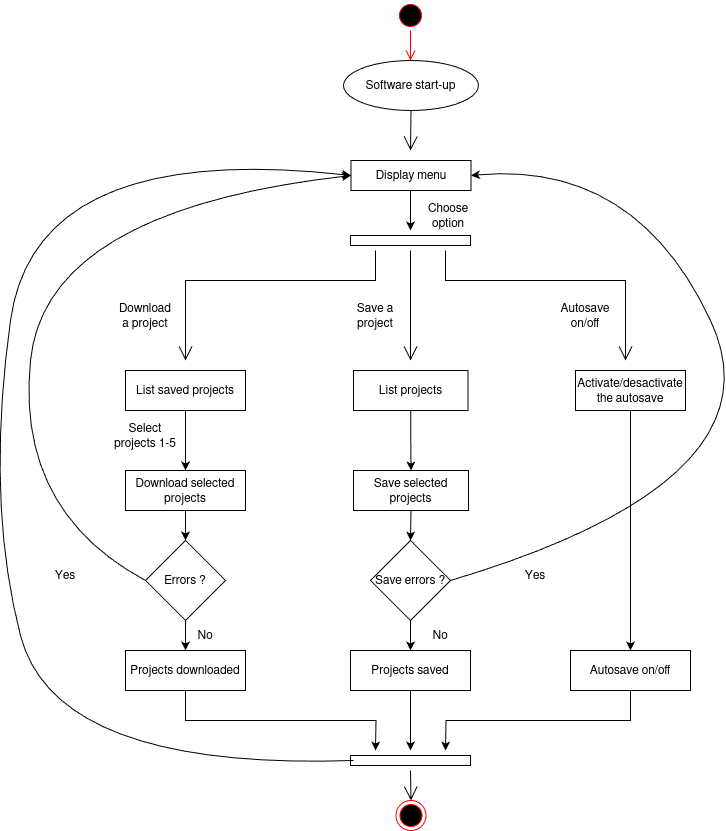
Earlier version of the draw.io export ressources/activity_diagram.png (saadaouis/Projet_GL). Source tidied: cells renumbered, new cells last; positions are measured from the earlier drawing's top-left corner, leaving out a move shared by most shapes.
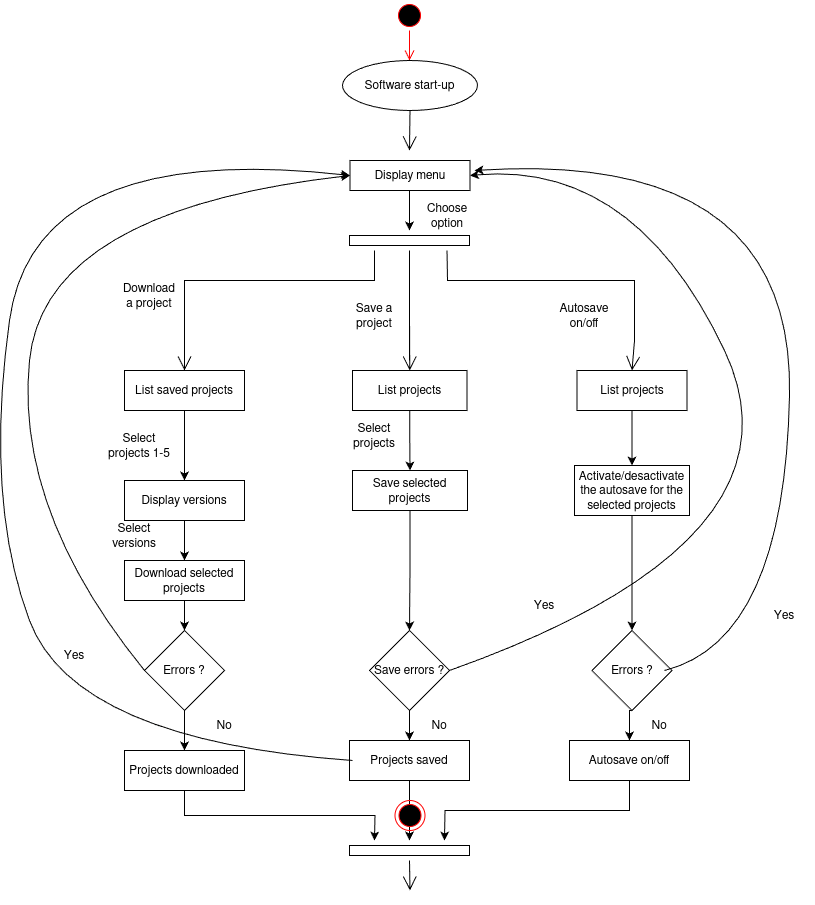
After the commit.

The edit, as a diff of the source:
```diff
@@ -21,30 +21,19 @@
     <mxCell id="6" style="html=1;perimeter=orthogonalPerimeter;targetShapes=umlLifeline;newEdgeStyle={&quot;curved&quot;:0,&quot;rounded&quot;:0};rotation=90;" parent="1" vertex="1">
       <mxGeometry x="420" y="180" width="10" height="120" as="geometry" />
     </mxCell>
-    <mxCell id="7" style="endArrow=open;endFill=1;endSize=12;html=1;rounded=0;" parent="1" edge="1">
-      <mxGeometry relative="1" as="geometry">
-        <mxPoint x="460" y="250" as="sourcePoint" />
-        <mxPoint x="640" y="360" as="targetPoint" />
-        <Array as="points">
-          <mxPoint x="460" y="280" />
-          <mxPoint x="640" y="280" />
-        </Array>
-      </mxGeometry>
-    </mxCell>
-    <mxCell id="8" style="endArrow=open;endFill=1;endSize=12;html=1;rounded=0;" parent="1" edge="1">
+    <mxCell id="8" style="endArrow=open;endFill=1;endSize=12;html=1;rounded=0;entryX=0.5;entryY=0;entryDx=0;entryDy=0;" parent="1" edge="1" target="19">
       <mxGeometry relative="1" as="geometry">
         <mxPoint x="425" y="250" as="sourcePoint" />
-        <mxPoint x="425" y="360" as="targetPoint" />
         <Array as="points">
           <mxPoint x="425" y="320" />
           <mxPoint x="425" y="360" />
+          <mxPoint x="425" y="310" />
         </Array>
       </mxGeometry>
     </mxCell>
-    <mxCell id="9" style="endArrow=open;endFill=1;endSize=12;html=1;rounded=0;" parent="1" edge="1">
+    <mxCell id="9" style="endArrow=open;endFill=1;endSize=12;html=1;rounded=0;entryX=0.5;entryY=0;entryDx=0;entryDy=0;" parent="1" edge="1" target="15">
       <mxGeometry relative="1" as="geometry">
         <mxPoint x="390" y="250" as="sourcePoint" />
-        <mxPoint x="200" y="360" as="targetPoint" />
         <Array as="points">
           <mxPoint x="390" y="280" />
           <mxPoint x="200" y="280" />
@@ -55,7 +44,7 @@
       <mxGeometry x="433" y="200" width="60" height="30" as="geometry" />
     </mxCell>
     <mxCell id="11" value="Download a project" style="text;html=1;align=center;verticalAlign=middle;whiteSpace=wrap;rounded=0;" parent="1" vertex="1">
-      <mxGeometry x="130" y="300" width="60" height="30" as="geometry" />
+      <mxGeometry x="135" y="280" width="60" height="30" as="geometry" />
     </mxCell>
     <mxCell id="12" value="Save a project" style="text;html=1;align=center;verticalAlign=middle;whiteSpace=wrap;rounded=0;" parent="1" vertex="1">
       <mxGeometry x="360" y="300" width="60" height="30" as="geometry" />
@@ -63,7 +52,7 @@
     <mxCell id="13" value="Autosave on/off" style="text;html=1;align=center;verticalAlign=middle;whiteSpace=wrap;rounded=0;" parent="1" vertex="1">
       <mxGeometry x="570" y="300" width="60" height="30" as="geometry" />
     </mxCell>
-    <mxCell id="14" style="edgeStyle=orthogonalEdgeStyle;rounded=0;jettySize=auto;html=1;exitX=0.5;exitY=1;exitDx=0;exitDy=0;entryX=0.5;entryY=0;entryDx=0;entryDy=0;" parent="1" edge="1" source="15" target="23">
+    <mxCell id="14" style="edgeStyle=orthogonalEdgeStyle;rounded=0;jettySize=auto;html=1;exitX=0.5;exitY=1;exitDx=0;exitDy=0;entryX=0.5;entryY=0;entryDx=0;entryDy=0;" parent="1" edge="1" source="15" target="49">
       <mxGeometry relative="1" as="geometry" />
     </mxCell>
     <mxCell id="15" value="List saved projects" style="rounded=0;whiteSpace=wrap;html=1;" parent="1" vertex="1">
@@ -84,26 +73,26 @@
     <mxCell id="19" value="List projects" style="rounded=0;whiteSpace=wrap;html=1;" parent="1" vertex="1">
       <mxGeometry x="368" y="370" width="114.5" height="40" as="geometry" />
     </mxCell>
-    <mxCell id="20" style="edgeStyle=orthogonalEdgeStyle;rounded=0;jettySize=auto;html=1;exitX=0.5;exitY=1;exitDx=0;exitDy=0;entryX=0.5;entryY=0;entryDx=0;entryDy=0;" parent="1" edge="1" source="21" target="39">
-      <mxGeometry relative="1" as="geometry" />
-    </mxCell>
+    <mxCell id="47" style="edgeStyle=orthogonalEdgeStyle;rounded=0;jettySize=auto;html=1;exitX=0.5;exitY=1;exitDx=0;exitDy=0;entryX=0.5;entryY=0;entryDx=0;entryDy=0;" parent="1" edge="1" source="21" target="55">
+      <mxGeometry relative="1" as="geometry" />
+    </mxCell>
-    <mxCell id="21" value="Activate/desactivate the autosave" style="rounded=0;whiteSpace=wrap;html=1;" parent="1" vertex="1">
-      <mxGeometry x="590" y="370" width="110" height="40" as="geometry" />
+    <mxCell id="21" value="Activate/desactivate the autosave for the selected projects" style="rounded=0;whiteSpace=wrap;html=1;" parent="1" vertex="1">
+      <mxGeometry x="590" y="465" width="115" height="50" as="geometry" />
     </mxCell>
     <mxCell id="22" style="edgeStyle=orthogonalEdgeStyle;rounded=0;jettySize=auto;html=1;exitX=0.5;exitY=1;exitDx=0;exitDy=0;entryX=0.5;entryY=0;entryDx=0;entryDy=0;" parent="1" edge="1" source="23" target="26">
       <mxGeometry relative="1" as="geometry" />
     </mxCell>
     <mxCell id="23" value="Download selected projects" style="rounded=0;whiteSpace=wrap;html=1;" parent="1" vertex="1">
-      <mxGeometry x="140" y="470" width="120" height="40" as="geometry" />
+      <mxGeometry x="140" y="560" width="120" height="40" as="geometry" />
     </mxCell>
     <mxCell id="24" value="Select projects 1-5" style="text;html=1;align=center;verticalAlign=middle;whiteSpace=wrap;rounded=0;" parent="1" vertex="1">
-      <mxGeometry x="125" y="420" width="70" height="30" as="geometry" />
+      <mxGeometry x="120" y="430" width="70" height="30" as="geometry" />
     </mxCell>
     <mxCell id="25" style="edgeStyle=orthogonalEdgeStyle;rounded=0;jettySize=auto;html=1;exitX=0.5;exitY=1;exitDx=0;exitDy=0;entryX=0.5;entryY=0;entryDx=0;entryDy=0;" parent="1" edge="1" source="26" target="30">
       <mxGeometry relative="1" as="geometry" />
     </mxCell>
     <mxCell id="26" value="Errors ?" style="rhombus;whiteSpace=wrap;html=1;" parent="1" vertex="1">
-      <mxGeometry x="160" y="540" width="80" height="80" as="geometry" />
+      <mxGeometry x="160" y="630" width="80" height="80" as="geometry" />
     </mxCell>
     <mxCell id="27" style="curved=1;endArrow=classic;html=1;rounded=0;exitX=0;exitY=0.5;exitDx=0;exitDy=0;entryX=0;entryY=0.5;entryDx=0;entryDy=0;" parent="1" edge="1" source="26" target="16">
       <mxGeometry relative="1" as="geometry">
@@ -114,15 +103,15 @@
       </mxGeometry>
     </mxCell>
     <mxCell id="28" value="Yes" style="text;html=1;align=center;verticalAlign=middle;whiteSpace=wrap;rounded=0;" parent="1" vertex="1">
-      <mxGeometry x="50" y="560" width="60" height="30" as="geometry" />
+      <mxGeometry x="60" y="640" width="60" height="30" as="geometry" />
     </mxCell>
     <mxCell id="29" style="edgeStyle=orthogonalEdgeStyle;rounded=0;jettySize=auto;html=1;exitX=0.5;exitY=1;exitDx=0;exitDy=0;" parent="1" edge="1" source="30">
       <mxGeometry relative="1" as="geometry">
-        <mxPoint x="390" y="750" as="targetPoint" />
+        <mxPoint x="390" y="840" as="targetPoint" />
       </mxGeometry>
     </mxCell>
     <mxCell id="30" value="Projects downloaded" style="rounded=0;whiteSpace=wrap;html=1;" parent="1" vertex="1">
-      <mxGeometry x="140" y="650" width="120" height="40" as="geometry" />
+      <mxGeometry x="140" y="750" width="120" height="40" as="geometry" />
     </mxCell>
     <mxCell id="31" style="edgeStyle=orthogonalEdgeStyle;rounded=0;jettySize=auto;html=1;exitX=0.5;exitY=1;exitDx=0;exitDy=0;entryX=0.5;entryY=0;entryDx=0;entryDy=0;" parent="1" edge="1" source="32" target="34">
       <mxGeometry relative="1" as="geometry" />
@@ -134,41 +123,40 @@
       <mxGeometry relative="1" as="geometry" />
     </mxCell>
     <mxCell id="34" value="Save errors ?" style="rhombus;whiteSpace=wrap;html=1;" parent="1" vertex="1">
-      <mxGeometry x="385" y="540" width="80" height="80" as="geometry" />
+      <mxGeometry x="385" y="630" width="80" height="80" as="geometry" />
     </mxCell>
-    <mxCell id="35" style="curved=1;endArrow=classic;html=1;rounded=0;entryX=1;entryY=0.5;entryDx=0;entryDy=0;" parent="1" edge="1" target="16">
+    <mxCell id="35" style="curved=1;endArrow=classic;html=1;rounded=0;entryX=1;entryY=0.5;entryDx=0;entryDy=0;exitX=1;exitY=0.5;exitDx=0;exitDy=0;" parent="1" edge="1" source="34" target="16">
       <mxGeometry relative="1" as="geometry">
-        <mxPoint x="465" y="580" as="sourcePoint" />
         <Array as="points">
-          <mxPoint x="800" y="480" />
+          <mxPoint x="830" y="540" />
           <mxPoint x="650" y="160" />
         </Array>
       </mxGeometry>
     </mxCell>
     <mxCell id="36" style="edgeStyle=orthogonalEdgeStyle;rounded=0;jettySize=auto;html=1;exitX=0.5;exitY=1;exitDx=0;exitDy=0;" parent="1" edge="1" source="37">
       <mxGeometry relative="1" as="geometry">
-        <mxPoint x="425" y="750" as="targetPoint" />
+        <mxPoint x="425" y="840" as="targetPoint" />
       </mxGeometry>
     </mxCell>
     <mxCell id="37" value="Projects saved" style="rounded=0;whiteSpace=wrap;html=1;" parent="1" vertex="1">
-      <mxGeometry x="365" y="650" width="120" height="40" as="geometry" />
+      <mxGeometry x="365" y="740" width="120" height="40" as="geometry" />
     </mxCell>
     <mxCell id="38" style="edgeStyle=orthogonalEdgeStyle;rounded=0;jettySize=auto;html=1;exitX=0.5;exitY=1;exitDx=0;exitDy=0;" parent="1" edge="1" source="39">
       <mxGeometry relative="1" as="geometry">
-        <mxPoint x="460" y="750" as="targetPoint" />
+        <mxPoint x="460" y="840" as="targetPoint" />
       </mxGeometry>
     </mxCell>
     <mxCell id="39" value="Autosave on/off" style="rounded=0;whiteSpace=wrap;html=1;" parent="1" vertex="1">
-      <mxGeometry x="585" y="650" width="120" height="40" as="geometry" />
+      <mxGeometry x="585" y="740" width="120" height="40" as="geometry" />
     </mxCell>
     <mxCell id="40" style="html=1;perimeter=orthogonalPerimeter;targetShapes=umlLifeline;newEdgeStyle={&quot;curved&quot;:0,&quot;rounded&quot;:0};rotation=90;" parent="1" vertex="1">
-      <mxGeometry x="420" y="700" width="10" height="120" as="geometry" />
+      <mxGeometry x="420" y="790" width="10" height="120" as="geometry" />
     </mxCell>
     <mxCell id="41" style="curved=1;endArrow=classic;html=1;rounded=0;entryX=0;entryY=0.5;entryDx=0;entryDy=0;" parent="1" edge="1" target="16">
       <mxGeometry relative="1" as="geometry">
         <mxPoint x="368" y="760" as="sourcePoint" />
         <Array as="points">
-          <mxPoint x="70" y="770" />
+          <mxPoint x="90" y="740" />
           <mxPoint y="500" />
           <mxPoint x="50" y="140" />
         </Array>
@@ -177,19 +165,71 @@
     <mxCell id="42" style="ellipse;html=1;shape=endState;fillColor=#000000;strokeColor=#ff0000;" parent="1" vertex="1">
       <mxGeometry x="410.5" y="800" width="30" height="30" as="geometry" />
     </mxCell>
-    <mxCell id="43" style="endArrow=open;endFill=1;endSize=12;html=1;rounded=0;entryX=0.5;entryY=0;entryDx=0;entryDy=0;" parent="1" edge="1" target="42">
+    <mxCell id="43" style="endArrow=open;endFill=1;endSize=12;html=1;rounded=0;entryX=0.5;entryY=0;entryDx=0;entryDy=0;" parent="1" edge="1">
       <mxGeometry relative="1" as="geometry">
-        <mxPoint x="425" y="770" as="sourcePoint" />
+        <mxPoint x="425" y="860" as="sourcePoint" />
+        <mxPoint x="425.5" y="890" as="targetPoint" />
       </mxGeometry>
     </mxCell>
     <mxCell id="44" value="No" style="text;html=1;align=center;verticalAlign=middle;whiteSpace=wrap;rounded=0;" parent="1" vertex="1">
-      <mxGeometry x="190" y="620" width="60" height="30" as="geometry" />
+      <mxGeometry x="210" y="710" width="60" height="30" as="geometry" />
     </mxCell>
     <mxCell id="45" value="Yes" style="text;html=1;align=center;verticalAlign=middle;whiteSpace=wrap;rounded=0;" parent="1" vertex="1">
-      <mxGeometry x="520" y="560" width="60" height="30" as="geometry" />
+      <mxGeometry x="530" y="590" width="60" height="30" as="geometry" />
     </mxCell>
     <mxCell id="46" value="No" style="text;html=1;align=center;verticalAlign=middle;whiteSpace=wrap;rounded=0;" parent="1" vertex="1">
-      <mxGeometry x="425" y="620" width="60" height="30" as="geometry" />
+      <mxGeometry x="425" y="710" width="60" height="30" as="geometry" />
     </mxCell>
+    <mxCell id="48" style="edgeStyle=orthogonalEdgeStyle;rounded=0;jettySize=auto;html=1;exitX=0.5;exitY=1;exitDx=0;exitDy=0;entryX=0.5;entryY=0;entryDx=0;entryDy=0;" parent="1" edge="1" source="49" target="23">
+      <mxGeometry relative="1" as="geometry" />
+    </mxCell>
+    <mxCell id="49" value="Display versions" style="rounded=0;whiteSpace=wrap;html=1;" parent="1" vertex="1">
+      <mxGeometry x="140" y="480" width="120" height="40" as="geometry" />
+    </mxCell>
+    <mxCell id="50" value="Select projects" style="text;html=1;align=center;verticalAlign=middle;whiteSpace=wrap;rounded=0;" parent="1" vertex="1">
+      <mxGeometry x="360" y="420" width="60" height="30" as="geometry" />
+    </mxCell>
+    <mxCell id="51" value="Select versions" style="text;html=1;align=center;verticalAlign=middle;whiteSpace=wrap;rounded=0;" parent="1" vertex="1">
+      <mxGeometry x="120" y="520" width="60" height="30" as="geometry" />
+    </mxCell>
+    <mxCell id="52" style="edgeStyle=orthogonalEdgeStyle;rounded=0;jettySize=auto;html=1;exitX=0.5;exitY=1;exitDx=0;exitDy=0;entryX=0.5;entryY=0;entryDx=0;entryDy=0;" parent="1" edge="1" source="53" target="21">
+      <mxGeometry relative="1" as="geometry" />
+    </mxCell>
+    <mxCell id="53" value="List projects" style="rounded=0;whiteSpace=wrap;html=1;" parent="1" vertex="1">
+      <mxGeometry x="592.5" y="370" width="110" height="40" as="geometry" />
+    </mxCell>
+    <mxCell id="54" style="edgeStyle=orthogonalEdgeStyle;rounded=0;jettySize=auto;html=1;exitX=0.5;exitY=1;exitDx=0;exitDy=0;entryX=0.5;entryY=0;entryDx=0;entryDy=0;" parent="1" edge="1" source="55" target="39">
+      <mxGeometry relative="1" as="geometry" />
+    </mxCell>
+    <mxCell id="55" value="Errors ?" style="rhombus;whiteSpace=wrap;html=1;" parent="1" vertex="1">
+      <mxGeometry x="607.5" y="630" width="80" height="80" as="geometry" />
+    </mxCell>
+    <mxCell id="56" style="endArrow=open;endFill=1;endSize=12;html=1;rounded=0;entryX=0.5;entryY=0;entryDx=0;entryDy=0;" parent="1" edge="1" target="53">
+      <mxGeometry relative="1" as="geometry">
+        <mxPoint x="462.5" y="250" as="sourcePoint" />
+        <Array as="points">
+          <mxPoint x="463" y="280" />
+          <mxPoint x="650" y="280" />
+          <mxPoint x="650" y="320" />
+          <mxPoint x="650" y="340" />
+        </Array>
+      </mxGeometry>
+    </mxCell>
+    <mxCell id="57" style="curved=1;endArrow=classic;html=1;rounded=0;" parent="1" edge="1">
+      <mxGeometry relative="1" as="geometry">
+        <mxPoint x="680" y="670" as="sourcePoint" />
+        <mxPoint x="490" y="170" as="targetPoint" />
+        <Array as="points">
+          <mxPoint x="800" y="640" />
+          <mxPoint x="810" y="150" />
+        </Array>
+      </mxGeometry>
+    </mxCell>
+    <mxCell id="58" value="Yes" style="text;html=1;align=center;verticalAlign=middle;whiteSpace=wrap;rounded=0;" parent="1" vertex="1">
+      <mxGeometry x="770" y="600" width="60" height="30" as="geometry" />
+    </mxCell>
+    <mxCell id="59" value="No" style="text;html=1;align=center;verticalAlign=middle;whiteSpace=wrap;rounded=0;" parent="1" vertex="1">
+      <mxGeometry x="645" y="710" width="60" height="30" as="geometry" />
+    </mxCell>
   </root>
 </mxGraphModel>
```
